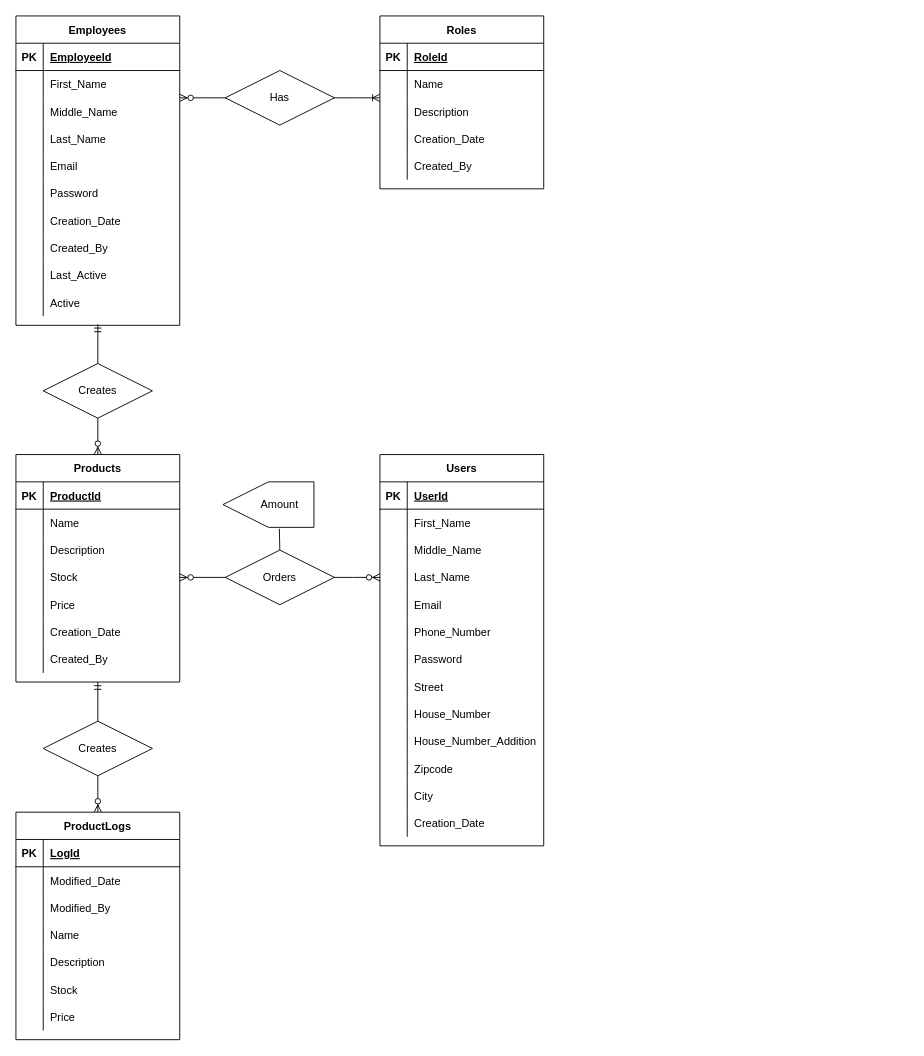
This is ERD.drawio from wgeboers/stilteaubvDatabase, a draw.io file, before an edit. Source tidied: cells renumbered, new cells numbered last; positions are measured from the earlier drawing's top-left corner, leaving out a move shared by most shapes. Both pictures are drawn from the tidied source at 91%, with x=0, y=0 at pixel (15, 15).
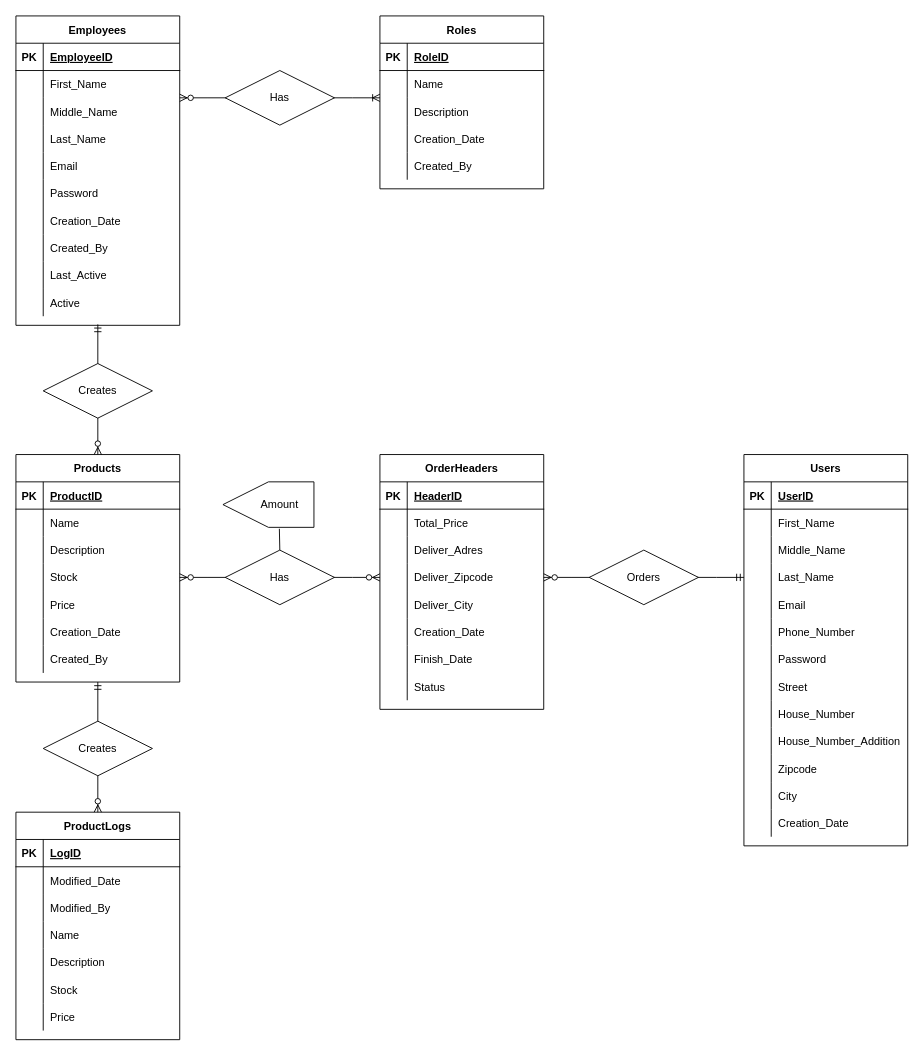
The same diagram, later.

Unchanged cells that the change refers to:
```xml
<mxCell id="3" style="shape=tableRow;horizontal=0;startSize=0;swimlaneHead=0;swimlaneBody=0;fillColor=none;top=0;left=0;right=0;bottom=1;" parent="2" vertex="1">
  <mxGeometry y="30" width="180" height="30" as="geometry" />
</mxCell>
<mxCell id="34" style="shape=tableRow;horizontal=0;startSize=0;swimlaneHead=0;swimlaneBody=0;fillColor=none;top=0;left=0;right=0;bottom=1;" parent="33" vertex="1">
  <mxGeometry y="30" width="180" height="30" as="geometry" />
</mxCell>
<mxCell id="50" style="shape=tableRow;horizontal=0;startSize=0;swimlaneHead=0;swimlaneBody=0;fillColor=none;top=0;left=0;right=0;bottom=1;" parent="49" vertex="1">
  <mxGeometry y="30" width="180" height="30" as="geometry" />
</mxCell>
<mxCell id="59" style="shape=tableRow;horizontal=0;startSize=0;swimlaneHead=0;swimlaneBody=0;fillColor=none;points=[[0,0.5],[1,0.5]];portConstraint=eastwest;top=0;left=0;right=0;bottom=0;" parent="49" vertex="1">
  <mxGeometry y="120" width="180" height="30" as="geometry" />
</mxCell>
<mxCell id="90" style="shape=tableRow;horizontal=0;startSize=0;swimlaneHead=0;swimlaneBody=0;fillColor=none;top=0;left=0;right=0;bottom=1;" parent="89" vertex="1">
  <mxGeometry y="30" width="180" height="30" as="geometry" />
</mxCell>
<mxCell id="99" style="shape=tableRow;horizontal=0;startSize=0;swimlaneHead=0;swimlaneBody=0;fillColor=none;points=[[0,0.5],[1,0.5]];portConstraint=eastwest;top=0;left=0;right=0;bottom=0;" parent="89" vertex="1">
  <mxGeometry y="120" width="180" height="30" as="geometry" />
</mxCell>
<mxCell id="112" style="shape=tableRow;horizontal=0;startSize=0;swimlaneHead=0;swimlaneBody=0;fillColor=none;top=0;left=0;right=0;bottom=1;" parent="111" vertex="1">
  <mxGeometry y="30" width="180" height="30" as="geometry" />
</mxCell>
```

What changed in the source:
```diff
@@
-    <mxCell id="5" value="EmployeeId" style="shape=partialRectangle;fillColor=none;top=0;left=0;bottom=0;right=0;align=left;spacingLeft=6;fontStyle=5;overflow=hidden;" parent="3" vertex="1">
+    <mxCell id="5" value="EmployeeID" style="shape=partialRectangle;fillColor=none;top=0;left=0;bottom=0;right=0;align=left;spacingLeft=6;fontStyle=5;overflow=hidden;" parent="3" vertex="1">
       <mxGeometry x="30" width="150" height="30" as="geometry" />
     </mxCell>
@@
-    <mxCell id="36" value="RoleId" style="shape=partialRectangle;fillColor=none;top=0;left=0;bottom=0;right=0;align=left;spacingLeft=6;fontStyle=5;overflow=hidden;" parent="34" vertex="1">
+    <mxCell id="36" value="RoleID" style="shape=partialRectangle;fillColor=none;top=0;left=0;bottom=0;right=0;align=left;spacingLeft=6;fontStyle=5;overflow=hidden;" parent="34" vertex="1">
       <mxGeometry x="30" width="150" height="30" as="geometry" />
     </mxCell>
@@
     <mxCell id="49" value="Users" style="shape=table;startSize=30;childLayout=tableLayout;rowLines=0;fontStyle=1;align=center;" parent="1" vertex="1">
-      <mxGeometry x="400" y="482" width="180" height="430" as="geometry" />
+      <mxGeometry x="800" y="482" width="180" height="430" as="geometry" />
     </mxCell>
@@
-    <mxCell id="52" value="UserId" style="shape=partialRectangle;fillColor=none;top=0;left=0;bottom=0;right=0;align=left;spacingLeft=6;fontStyle=5;overflow=hidden;" parent="50" vertex="1">
+    <mxCell id="52" value="UserID" style="shape=partialRectangle;fillColor=none;top=0;left=0;bottom=0;right=0;align=left;spacingLeft=6;fontStyle=5;overflow=hidden;" parent="50" vertex="1">
       <mxGeometry x="30" width="150" height="30" as="geometry" />
     </mxCell>
@@
-    <mxCell id="92" value="ProductId" style="shape=partialRectangle;fillColor=none;top=0;left=0;bottom=0;right=0;align=left;spacingLeft=6;fontStyle=5;overflow=hidden;" parent="90" vertex="1">
+    <mxCell id="92" value="ProductID" style="shape=partialRectangle;fillColor=none;top=0;left=0;bottom=0;right=0;align=left;spacingLeft=6;fontStyle=5;overflow=hidden;" parent="90" vertex="1">
       <mxGeometry x="30" width="150" height="30" as="geometry" />
     </mxCell>
@@
-    <mxCell id="114" value="LogId" style="shape=partialRectangle;fillColor=none;top=0;left=0;bottom=0;right=0;align=left;spacingLeft=6;fontStyle=5;overflow=hidden;" parent="112" vertex="1">
+    <mxCell id="114" value="LogID" style="shape=partialRectangle;fillColor=none;top=0;left=0;bottom=0;right=0;align=left;spacingLeft=6;fontStyle=5;overflow=hidden;" parent="112" vertex="1">
       <mxGeometry x="30" width="150" height="30" as="geometry" />
     </mxCell>
@@
-    <mxCell id="139" style="edgeStyle=entityRelationEdgeStyle;fontSize=12;html=1;endArrow=ERzeroToMany;endFill=1;startArrow=ERzeroToMany;rounded=0;strokeColor=default;exitX=1;exitY=0.5;exitDx=0;exitDy=0;entryX=0;entryY=0.5;entryDx=0;entryDy=0;" parent="1" edge="1" source="99" target="59">
-      <mxGeometry relative="1" as="geometry" />
-    </mxCell>
-    <mxCell id="140" value="Orders" style="shape=rhombus;perimeter=rhombusPerimeter;whiteSpace=wrap;html=1;align=center;" parent="1" vertex="1">
-      <mxGeometry x="230" y="587" width="120" height="60" as="geometry" />
-    </mxCell>
@@
+    <mxCell id="144" value="OrderHeaders" style="shape=table;startSize=30;childLayout=tableLayout;rowLines=0;fontStyle=1;align=center;" parent="1" vertex="1">
+      <mxGeometry x="400" y="482" width="180" height="280" as="geometry" />
+    </mxCell>
+    <mxCell id="145" style="shape=tableRow;horizontal=0;startSize=0;swimlaneHead=0;swimlaneBody=0;fillColor=none;top=0;left=0;right=0;bottom=1;" parent="144" vertex="1">
+      <mxGeometry y="30" width="180" height="30" as="geometry" />
+    </mxCell>
+    <mxCell id="146" value="PK" style="shape=partialRectangle;fillColor=none;top=0;left=0;bottom=0;right=0;fontStyle=1;overflow=hidden;" parent="145" vertex="1">
+      <mxGeometry width="30" height="30" as="geometry" />
+    </mxCell>
+    <mxCell id="147" value="HeaderID" style="shape=partialRectangle;fillColor=none;top=0;left=0;bottom=0;right=0;align=left;spacingLeft=6;fontStyle=5;overflow=hidden;" parent="145" vertex="1">
+      <mxGeometry x="30" width="150" height="30" as="geometry" />
+    </mxCell>
+    <mxCell id="148" style="shape=tableRow;horizontal=0;startSize=0;swimlaneHead=0;swimlaneBody=0;fillColor=none;top=0;left=0;right=0;bottom=0;" parent="144" vertex="1">
+      <mxGeometry y="60" width="180" height="30" as="geometry" />
+    </mxCell>
+    <mxCell id="149" style="shape=partialRectangle;fillColor=none;top=0;left=0;bottom=0;right=0;overflow=hidden;" parent="148" vertex="1">
+      <mxGeometry width="30" height="30" as="geometry" />
+    </mxCell>
+    <mxCell id="150" value="Total_Price" style="shape=partialRectangle;fillColor=none;top=0;left=0;bottom=0;right=0;align=left;spacingLeft=6;overflow=hidden;" parent="148" vertex="1">
+      <mxGeometry x="30" width="150" height="30" as="geometry" />
+    </mxCell>
+    <mxCell id="151" style="shape=tableRow;horizontal=0;startSize=0;swimlaneHead=0;swimlaneBody=0;fillColor=none;top=0;left=0;right=0;bottom=0;" parent="144" vertex="1">
+      <mxGeometry y="90" width="180" height="30" as="geometry" />
+    </mxCell>
+    <mxCell id="152" style="shape=partialRectangle;fillColor=none;top=0;left=0;bottom=0;right=0;overflow=hidden;" parent="151" vertex="1">
+      <mxGeometry width="30" height="30" as="geometry" />
+    </mxCell>
+    <mxCell id="153" value="Deliver_Adres" style="shape=partialRectangle;fillColor=none;top=0;left=0;bottom=0;right=0;align=left;spacingLeft=6;overflow=hidden;" parent="151" vertex="1">
+      <mxGeometry x="30" width="150" height="30" as="geometry" />
+    </mxCell>
+    <mxCell id="154" style="shape=tableRow;horizontal=0;startSize=0;swimlaneHead=0;swimlaneBody=0;fillColor=none;points=[[0,0.5],[1,0.5]];portConstraint=eastwest;top=0;left=0;right=0;bottom=0;" parent="144" vertex="1">
+      <mxGeometry y="120" width="180" height="30" as="geometry" />
+    </mxCell>
+    <mxCell id="155" style="shape=partialRectangle;fillColor=none;top=0;left=0;bottom=0;right=0;overflow=hidden;" parent="154" vertex="1">
+      <mxGeometry width="30" height="30" as="geometry" />
+    </mxCell>
+    <mxCell id="156" value="Deliver_Zipcode" style="shape=partialRectangle;fillColor=none;top=0;left=0;bottom=0;right=0;align=left;spacingLeft=6;overflow=hidden;" parent="154" vertex="1">
+      <mxGeometry x="30" width="150" height="30" as="geometry" />
+    </mxCell>
+    <mxCell id="157" style="shape=tableRow;horizontal=0;startSize=0;swimlaneHead=0;swimlaneBody=0;fillColor=none;top=0;left=0;right=0;bottom=0;" parent="144" vertex="1">
+      <mxGeometry y="150" width="180" height="30" as="geometry" />
+    </mxCell>
+    <mxCell id="158" style="shape=partialRectangle;fillColor=none;top=0;left=0;bottom=0;right=0;overflow=hidden;" parent="157" vertex="1">
+      <mxGeometry width="30" height="30" as="geometry" />
+    </mxCell>
+    <mxCell id="159" value="Deliver_City" style="shape=partialRectangle;fillColor=none;top=0;left=0;bottom=0;right=0;align=left;spacingLeft=6;overflow=hidden;" parent="157" vertex="1">
+      <mxGeometry x="30" width="150" height="30" as="geometry" />
+    </mxCell>
+    <mxCell id="160" style="shape=tableRow;horizontal=0;startSize=0;swimlaneHead=0;swimlaneBody=0;fillColor=none;top=0;left=0;right=0;bottom=0;" parent="144" vertex="1">
+      <mxGeometry y="180" width="180" height="30" as="geometry" />
+    </mxCell>
+    <mxCell id="161" style="shape=partialRectangle;fillColor=none;top=0;left=0;bottom=0;right=0;overflow=hidden;" parent="160" vertex="1">
+      <mxGeometry width="30" height="30" as="geometry" />
+    </mxCell>
+    <mxCell id="162" value="Creation_Date" style="shape=partialRectangle;fillColor=none;top=0;left=0;bottom=0;right=0;align=left;spacingLeft=6;overflow=hidden;" parent="160" vertex="1">
+      <mxGeometry x="30" width="150" height="30" as="geometry" />
+    </mxCell>
+    <mxCell id="163" style="shape=tableRow;horizontal=0;startSize=0;swimlaneHead=0;swimlaneBody=0;fillColor=none;top=0;left=0;right=0;bottom=0;" parent="144" vertex="1">
+      <mxGeometry y="210" width="180" height="30" as="geometry" />
+    </mxCell>
+    <mxCell id="164" style="shape=partialRectangle;fillColor=none;top=0;left=0;bottom=0;right=0;overflow=hidden;" parent="163" vertex="1">
+      <mxGeometry width="30" height="30" as="geometry" />
+    </mxCell>
+    <mxCell id="165" value="Finish_Date" style="shape=partialRectangle;fillColor=none;top=0;left=0;bottom=0;right=0;align=left;spacingLeft=6;overflow=hidden;" parent="163" vertex="1">
+      <mxGeometry x="30" width="150" height="30" as="geometry" />
+    </mxCell>
+    <mxCell id="166" style="shape=tableRow;horizontal=0;startSize=0;swimlaneHead=0;swimlaneBody=0;fillColor=none;top=0;left=0;right=0;bottom=0;" parent="144" vertex="1">
+      <mxGeometry y="240" width="180" height="30" as="geometry" />
+    </mxCell>
+    <mxCell id="167" style="shape=partialRectangle;fillColor=none;top=0;left=0;bottom=0;right=0;overflow=hidden;" parent="166" vertex="1">
+      <mxGeometry width="30" height="30" as="geometry" />
+    </mxCell>
+    <mxCell id="168" value="Status" style="shape=partialRectangle;fillColor=none;top=0;left=0;bottom=0;right=0;align=left;spacingLeft=6;overflow=hidden;" parent="166" vertex="1">
+      <mxGeometry x="30" width="150" height="30" as="geometry" />
+    </mxCell>
+    <mxCell id="169" style="edgeStyle=entityRelationEdgeStyle;fontSize=12;html=1;endArrow=ERmandOne;endFill=0;startArrow=ERzeroToMany;rounded=0;exitX=1;exitY=0.5;exitDx=0;exitDy=0;entryX=0;entryY=0.5;entryDx=0;entryDy=0;" parent="1" edge="1" source="154" target="59">
+      <mxGeometry relative="1" as="geometry" />
+    </mxCell>
+    <mxCell id="170" value="Orders" style="shape=rhombus;perimeter=rhombusPerimeter;whiteSpace=wrap;html=1;align=center;" parent="1" vertex="1">
+      <mxGeometry x="630" y="587" width="120" height="60" as="geometry" />
+    </mxCell>
+    <mxCell id="171" style="edgeStyle=entityRelationEdgeStyle;fontSize=12;html=1;endArrow=ERzeroToMany;endFill=1;startArrow=ERzeroToMany;rounded=0;entryX=0;entryY=0.5;entryDx=0;entryDy=0;exitX=1;exitY=0.5;exitDx=0;exitDy=0;" parent="1" edge="1" source="99" target="154">
+      <mxGeometry relative="1" as="geometry" />
+    </mxCell>
+    <mxCell id="140" value="Has" style="shape=rhombus;perimeter=rhombusPerimeter;whiteSpace=wrap;html=1;align=center;" parent="1" vertex="1">
+      <mxGeometry x="230" y="587" width="120" height="60" as="geometry" />
+    </mxCell>
```
